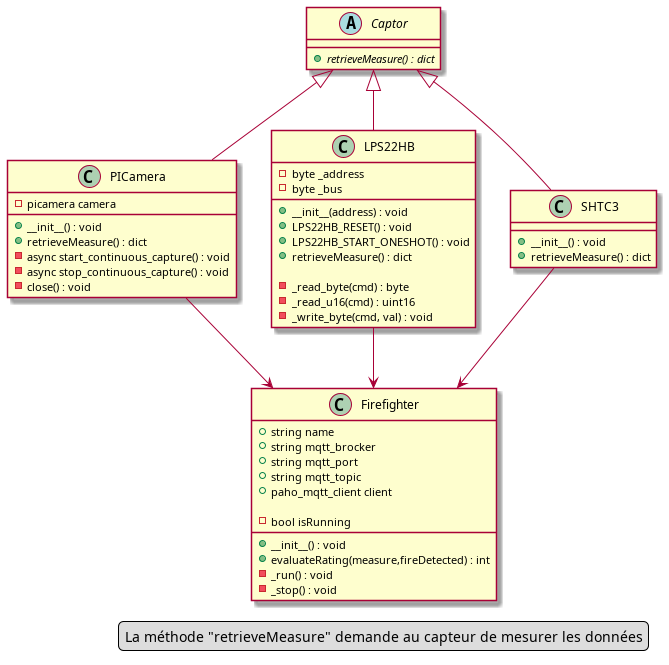
Earlier version of the PlantUML export doc/class_diagram.png (ThePension/IoT_FireFighter).
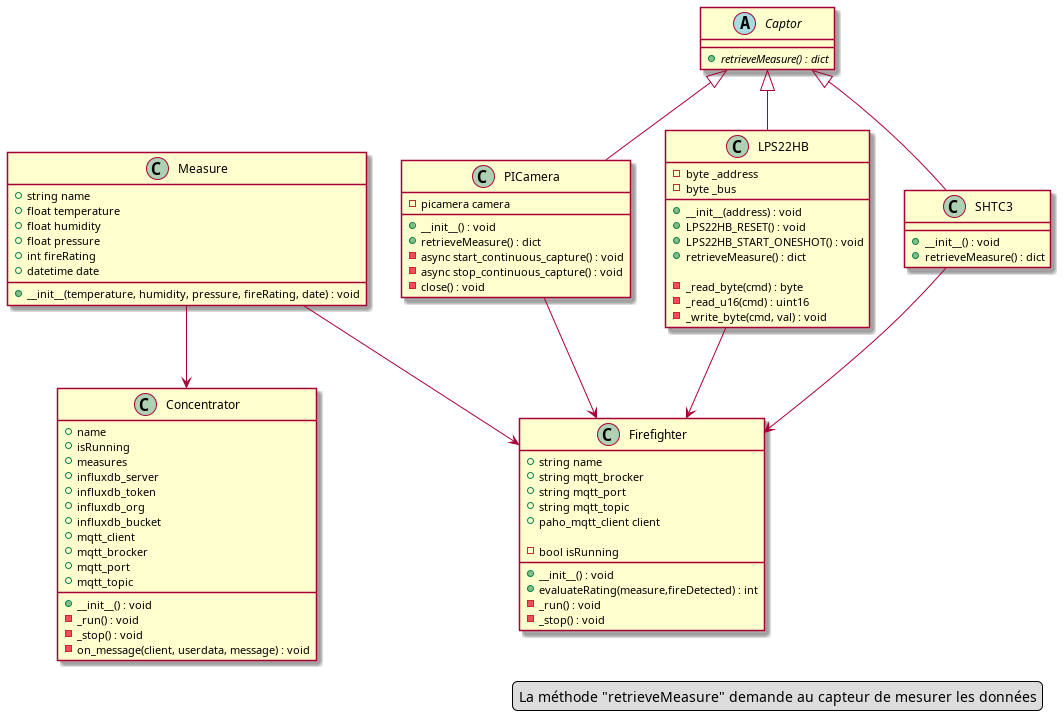
Later version of the same file.

What changed in the source:
```diff
@@ -1,6 +1,38 @@
 @startuml IoT_Incendie_UML
+class Measure
+{
+  + string name
+  + float temperature
+  + float humidity
+  + float pressure
+  + int fireRating
+  + datetime date
 
-class Firefighter {
+  + __init__(temperature, humidity, pressure, fireRating, date) : void
+}
+
+class Concentrator
+{
+  + name
+  + isRunning
+  + measures
+  + influxdb_server
+  + influxdb_token
+  + influxdb_org
+  + influxdb_bucket
+  + mqtt_client
+  + mqtt_brocker
+  + mqtt_port
+  + mqtt_topic
+
+  + __init__() : void
+  - _run() : void
+  - _stop() : void
+  - on_message(client, userdata, message) : void
+}
+
+class Firefighter
+{
   + string name
   + string mqtt_brocker
   + string mqtt_port
@@ -15,11 +47,13 @@
   - _stop() : void
 }
 
-abstract class Captor {
+abstract class Captor
+{
   + {abstract} retrieveMeasure() : dict
 }
 
-class PICamera {
+class PICamera
+{
   - picamera camera
 
   + __init__() : void
@@ -29,7 +63,8 @@
   - close() : void
 }
 
-class LPS22HB {
+class LPS22HB
+{
   - byte _address
   - byte _bus
 
@@ -43,10 +78,14 @@
   - _write_byte(cmd, val) : void
 }
 
-class SHTC3 {
+class SHTC3
+{
   + __init__() : void
   + retrieveMeasure() : dict
 }
+
+Measure --> Firefighter
+Measure --> Concentrator
 
 PICamera --> Firefighter
 LPS22HB --> Firefighter
```
